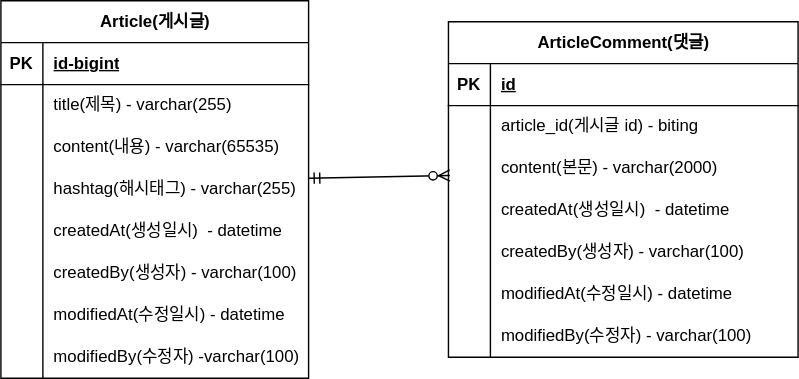
Above: document/project-board-erd.svg in conquest2023/Boardproject (draw.io), before the change. Source tidied: cells renumbered, new cells last; positions are measured from the earlier drawing's top-left corner, leaving out a move shared by most shapes.
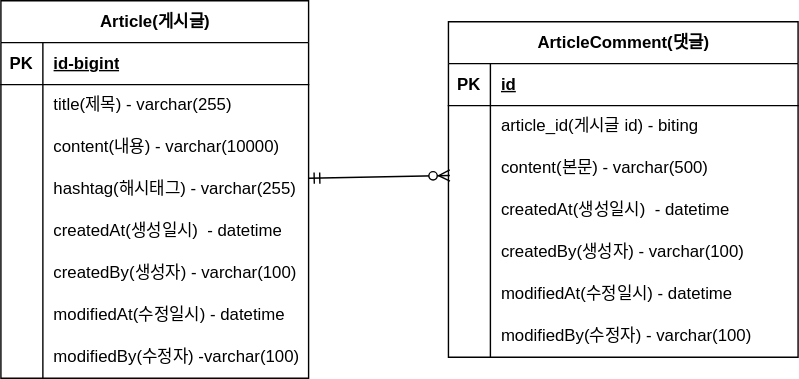
After the commit.

Commit message:
#6 - erd 업데이트 : content 사이즈 변경

Diff of the diagram source:
```diff
@@ -29,7 +29,7 @@
     <mxCell id="10" style="shape=partialRectangle;fillColor=none;top=0;left=0;bottom=0;right=0;overflow=hidden;whiteSpace=wrap;html=1;" parent="9" vertex="1">
       <mxGeometry width="30" height="30" as="geometry" />
     </mxCell>
-    <mxCell id="11" value="content(내용) - varchar(65535)" style="shape=partialRectangle;fillColor=none;top=0;left=0;bottom=0;right=0;align=left;spacingLeft=6;overflow=hidden;whiteSpace=wrap;html=1;" parent="9" vertex="1">
+    <mxCell id="11" value="content(내용) - varchar(10000)" style="shape=partialRectangle;fillColor=none;top=0;left=0;bottom=0;right=0;align=left;spacingLeft=6;overflow=hidden;whiteSpace=wrap;html=1;" parent="9" vertex="1">
       <mxGeometry x="30" width="190" height="30" as="geometry" />
     </mxCell>
     <mxCell id="12" style="shape=tableRow;horizontal=0;startSize=0;swimlaneHead=0;swimlaneBody=0;fillColor=none;points=[[0,0.5],[1,0.5]];portConstraint=eastwest;top=0;left=0;right=0;bottom=0;" parent="2" vertex="1">
@@ -104,7 +104,7 @@
     <mxCell id="35" style="shape=partialRectangle;fillColor=none;top=0;left=0;bottom=0;right=0;overflow=hidden;whiteSpace=wrap;html=1;" parent="34" vertex="1">
       <mxGeometry width="30" height="30" as="geometry" />
     </mxCell>
-    <mxCell id="36" value="content(본문) - varchar(2000)" style="shape=partialRectangle;fillColor=none;top=0;left=0;bottom=0;right=0;align=left;spacingLeft=6;overflow=hidden;whiteSpace=wrap;html=1;" parent="34" vertex="1">
+    <mxCell id="36" value="content(본문) - varchar(500)" style="shape=partialRectangle;fillColor=none;top=0;left=0;bottom=0;right=0;align=left;spacingLeft=6;overflow=hidden;whiteSpace=wrap;html=1;" parent="34" vertex="1">
       <mxGeometry x="30" width="220" height="30" as="geometry" />
     </mxCell>
     <mxCell id="37" style="shape=tableRow;horizontal=0;startSize=0;swimlaneHead=0;swimlaneBody=0;fillColor=none;top=0;left=0;right=0;bottom=0;" parent="27" vertex="1">
```
